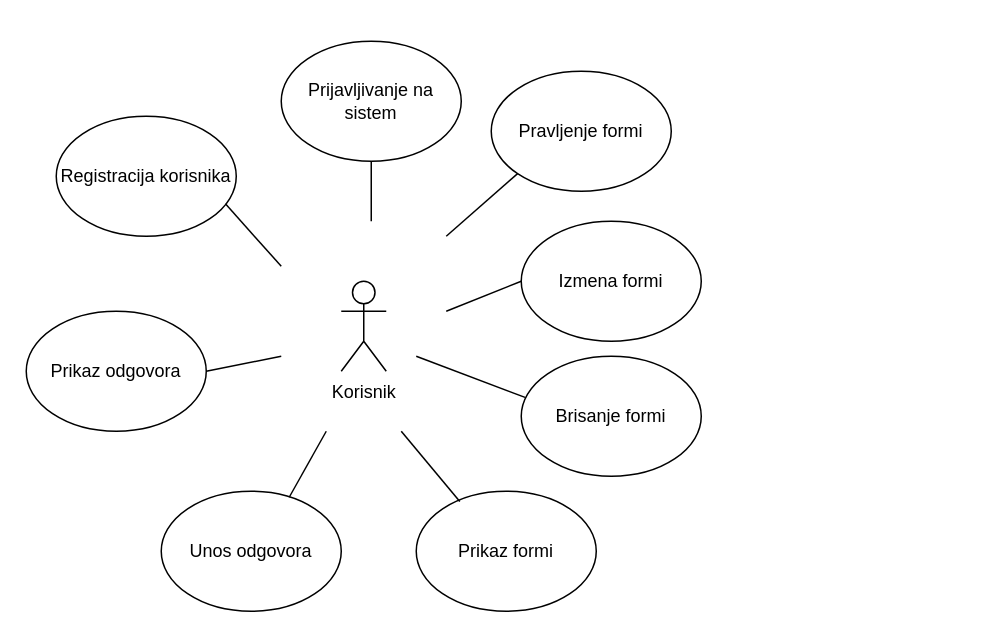
This is page "Page-1" (1 of 16) of Untitled Diagram.drawio from anatomasevic/phpbloog, a draw.io file, before an edit. Source tidied: cells renumbered, new cells numbered last; positions are measured from the earlier drawing's top-left corner, leaving out a move shared by most shapes. Both pictures are drawn from the tidied source at 150%, with x=0, y=0 at pixel (26, 40).
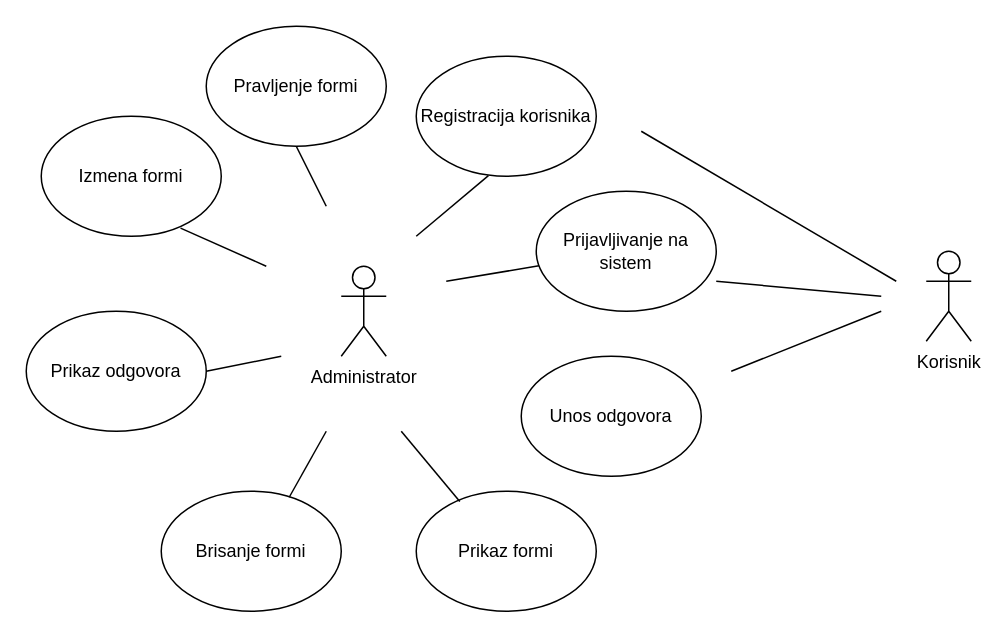
The same page after the edit.

Diff of the diagram source:
```diff
@@
     <mxCell id="2" value="Korisnik" style="shape=umlActor;verticalLabelPosition=bottom;verticalAlign=top;html=1;" parent="1" vertex="1">
-      <mxGeometry x="210" y="160" width="30" height="60" as="geometry" />
+      <mxGeometry x="600" y="140" width="30" height="60" as="geometry" />
     </mxCell>
     <mxCell id="3" value="Prijavljivanje na sistem" style="ellipse;whiteSpace=wrap;html=1;" parent="1" vertex="1">
-      <mxGeometry x="170" width="120" height="80" as="geometry" />
+      <mxGeometry x="340" y="100" width="120" height="80" as="geometry" />
     </mxCell>
     <mxCell id="4" value="Registracija korisnika" style="ellipse;whiteSpace=wrap;html=1;" parent="1" vertex="1">
-      <mxGeometry x="20" y="50" width="120" height="80" as="geometry" />
+      <mxGeometry x="260" y="10" width="120" height="80" as="geometry" />
     </mxCell>
@@
-    <mxCell id="6" value="Unos odgovora" style="ellipse;whiteSpace=wrap;html=1;" parent="1" vertex="1">
+    <mxCell id="6" value="Brisanje formi" style="ellipse;whiteSpace=wrap;html=1;" parent="1" vertex="1">
       <mxGeometry x="90" y="300" width="120" height="80" as="geometry" />
     </mxCell>
@@
-    <mxCell id="8" value="Brisanje formi" style="ellipse;whiteSpace=wrap;html=1;" parent="1" vertex="1">
+    <mxCell id="8" value="Unos odgovora" style="ellipse;whiteSpace=wrap;html=1;" parent="1" vertex="1">
       <mxGeometry x="330" y="210" width="120" height="80" as="geometry" />
     </mxCell>
     <mxCell id="9" value="Izmena formi" style="ellipse;whiteSpace=wrap;html=1;" parent="1" vertex="1">
-      <mxGeometry x="330" y="120" width="120" height="80" as="geometry" />
+      <mxGeometry x="10" y="50" width="120" height="80" as="geometry" />
     </mxCell>
     <mxCell id="10" value="Pravljenje formi" style="ellipse;whiteSpace=wrap;html=1;" parent="1" vertex="1">
-      <mxGeometry x="310" y="20" width="120" height="80" as="geometry" />
+      <mxGeometry x="120" y="-10" width="120" height="80" as="geometry" />
     </mxCell>
@@
-    <mxCell id="13" style="endArrow=none;html=1;rounded=0;exitX=0.94;exitY=0.73;exitDx=0;exitDy=0;exitPerimeter=0;" parent="1" edge="1" source="4">
+    <mxCell id="13" style="endArrow=none;html=1;rounded=0;exitX=0.401;exitY=0.995;exitDx=0;exitDy=0;exitPerimeter=0;" parent="1" edge="1" source="4">
       <mxGeometry relative="1" as="geometry">
-        <mxPoint x="170" y="150" as="targetPoint" />
+        <mxPoint x="260" y="130" as="targetPoint" />
       </mxGeometry>
     </mxCell>
     <mxCell id="14" style="endArrow=none;html=1;rounded=0;" parent="1" edge="1" source="3">
       <mxGeometry relative="1" as="geometry">
-        <mxPoint x="230" y="120" as="targetPoint" />
+        <mxPoint x="280" y="160" as="targetPoint" />
       </mxGeometry>
     </mxCell>
-    <mxCell id="15" style="endArrow=none;html=1;rounded=0;exitX=0;exitY=1;exitDx=0;exitDy=0;" parent="1" edge="1" source="10">
+    <mxCell id="15" style="endArrow=none;html=1;rounded=0;exitX=0.5;exitY=1;exitDx=0;exitDy=0;" parent="1" edge="1" source="10">
       <mxGeometry relative="1" as="geometry">
-        <mxPoint x="280" y="130" as="targetPoint" />
+        <mxPoint x="200" y="110" as="targetPoint" />
       </mxGeometry>
     </mxCell>
-    <mxCell id="16" style="endArrow=none;html=1;rounded=0;entryX=0;entryY=0.5;entryDx=0;entryDy=0;" parent="1" edge="1" target="9">
+    <mxCell id="16" style="endArrow=none;html=1;rounded=0;entryX=0.774;entryY=0.932;entryDx=0;entryDy=0;entryPerimeter=0;" parent="1" edge="1" target="9">
       <mxGeometry relative="1" as="geometry">
-        <mxPoint x="280" y="180" as="sourcePoint" />
+        <mxPoint x="160" y="150" as="sourcePoint" />
       </mxGeometry>
     </mxCell>
-    <mxCell id="17" style="endArrow=none;html=1;rounded=0;exitX=0.021;exitY=0.343;exitDx=0;exitDy=0;exitPerimeter=0;" parent="1" edge="1" source="8">
-      <mxGeometry relative="1" as="geometry">
-        <mxPoint x="260" y="210" as="targetPoint" />
-      </mxGeometry>
-    </mxCell>
@@
+    <mxCell id="19" value="Administrator" style="shape=umlActor;verticalLabelPosition=bottom;verticalAlign=top;html=1;fontSize=12;" parent="1" vertex="1">
+      <mxGeometry x="210" y="150" width="30" height="60" as="geometry" />
+    </mxCell>
+    <mxCell id="20" style="endArrow=none;html=1;rounded=0;fontSize=12;" parent="1" edge="1">
+      <mxGeometry relative="1" as="geometry">
+        <mxPoint x="410" y="60" as="sourcePoint" />
+        <mxPoint x="580" y="160" as="targetPoint" />
+      </mxGeometry>
+    </mxCell>
+    <mxCell id="21" style="endArrow=none;html=1;rounded=0;fontSize=12;" parent="1" edge="1">
+      <mxGeometry relative="1" as="geometry">
+        <mxPoint x="460" y="160" as="sourcePoint" />
+        <mxPoint x="570" y="170" as="targetPoint" />
+      </mxGeometry>
+    </mxCell>
+    <mxCell id="22" style="endArrow=none;html=1;rounded=0;fontSize=12;" parent="1" edge="1">
+      <mxGeometry relative="1" as="geometry">
+        <mxPoint x="470" y="220" as="sourcePoint" />
+        <mxPoint x="570" y="180" as="targetPoint" />
+      </mxGeometry>
+    </mxCell>
```
